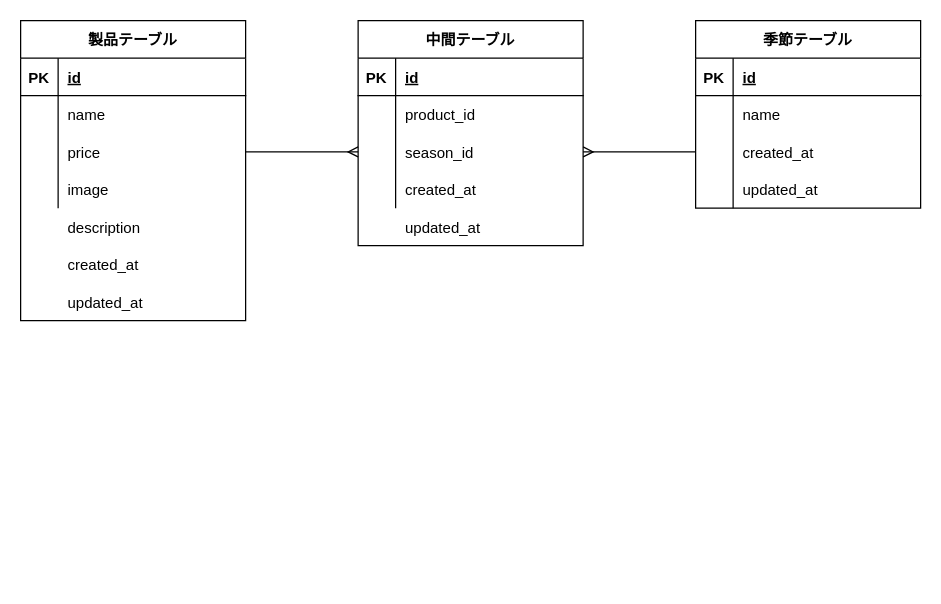
wyjuly12/ConfirmationTest2 keeps this draw.io diagram as ConfirmationTest2.drawio. Above is the earlier version. Source tidied: cells renumbered, new cells numbered last; positions are measured from the earlier drawing's top-left corner, leaving out a move shared by most shapes. Both pictures are drawn from the tidied source at 125%, with x=0, y=0 at pixel (20, 20).
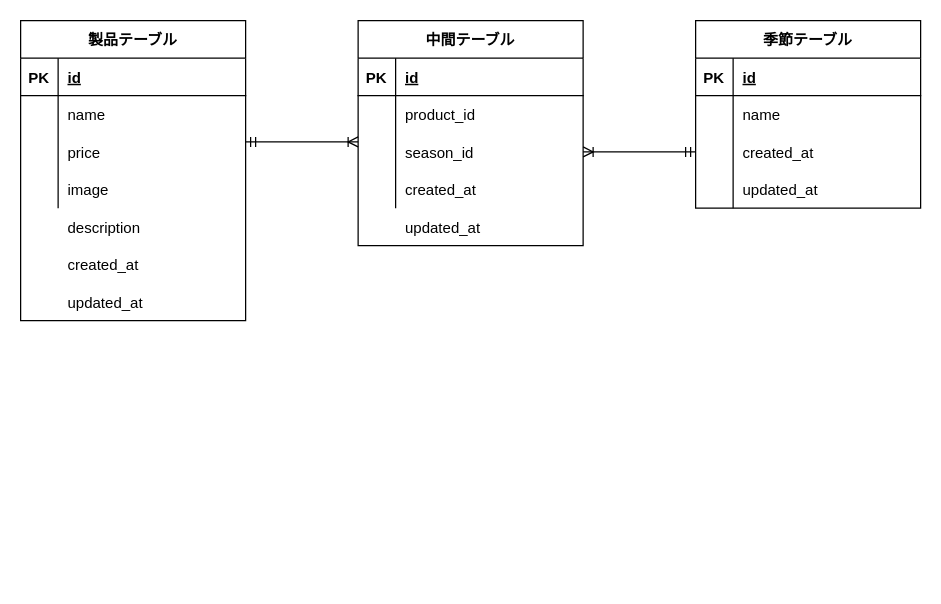
After the change.

The change refers to these unchanged cells:
```xml
<mxCell id="9" style="shape=tableRow;horizontal=0;startSize=0;swimlaneHead=0;swimlaneBody=0;fillColor=none;points=[[0,0.5],[1,0.5]];portConstraint=eastwest;top=0;left=0;right=0;bottom=0;" parent="2" vertex="1">
  <mxGeometry y="90" width="180" height="30" as="geometry" />
</mxCell>
<mxCell id="25" style="shape=tableRow;horizontal=0;startSize=0;swimlaneHead=0;swimlaneBody=0;fillColor=none;points=[[0,0.5],[1,0.5]];portConstraint=eastwest;top=0;left=0;right=0;bottom=0;" parent="18" vertex="1">
  <mxGeometry y="90" width="180" height="30" as="geometry" />
</mxCell>
<mxCell id="38" style="shape=tableRow;horizontal=0;startSize=0;swimlaneHead=0;swimlaneBody=0;fillColor=none;points=[[0,0.5],[1,0.5]];portConstraint=eastwest;top=0;left=0;right=0;bottom=0;" parent="31" vertex="1">
  <mxGeometry y="90" width="180" height="30" as="geometry" />
</mxCell>
```

Change to the diagram source:
```diff
@@
-    <mxCell id="46" style="edgeStyle=entityRelationEdgeStyle;fontSize=12;html=1;endArrow=ERmany;entryX=0;entryY=0.5;entryDx=0;entryDy=0;exitX=1;exitY=0.5;exitDx=0;exitDy=0;" parent="1" edge="1" source="9" target="38">
-      <mxGeometry relative="1" as="geometry" />
-    </mxCell>
+    <mxCell id="48" value="updated_at" style="shape=partialRectangle;fillColor=none;top=0;left=0;bottom=0;right=0;align=left;spacingLeft=6;overflow=hidden;" parent="1" vertex="1">
+      <mxGeometry x="300" y="150" width="150" height="30" as="geometry" />
+    </mxCell>
+    <mxCell id="49" style="edgeStyle=entityRelationEdgeStyle;fontSize=12;html=1;endArrow=ERoneToMany;startArrow=ERmandOne;" parent="1" edge="1">
+      <mxGeometry relative="1" as="geometry">
+        <mxPoint x="180" y="97" as="sourcePoint" />
+        <mxPoint x="270" y="97" as="targetPoint" />
+      </mxGeometry>
+    </mxCell>
-    <mxCell id="47" style="edgeStyle=entityRelationEdgeStyle;fontSize=12;html=1;endArrow=ERmany;exitX=0;exitY=0.5;exitDx=0;exitDy=0;entryX=1;entryY=0.5;entryDx=0;entryDy=0;" parent="1" edge="1" source="25" target="38">
+    <mxCell id="47" style="edgeStyle=entityRelationEdgeStyle;fontSize=12;html=1;endArrow=ERoneToMany;startArrow=ERmandOne;exitX=0;exitY=0.5;exitDx=0;exitDy=0;entryX=1;entryY=0.5;entryDx=0;entryDy=0;" parent="1" edge="1" source="25" target="38">
       <mxGeometry relative="1" as="geometry" />
     </mxCell>
-    <mxCell id="48" value="updated_at" style="shape=partialRectangle;fillColor=none;top=0;left=0;bottom=0;right=0;align=left;spacingLeft=6;overflow=hidden;" parent="1" vertex="1">
-      <mxGeometry x="300" y="150" width="150" height="30" as="geometry" />
-    </mxCell>
```
